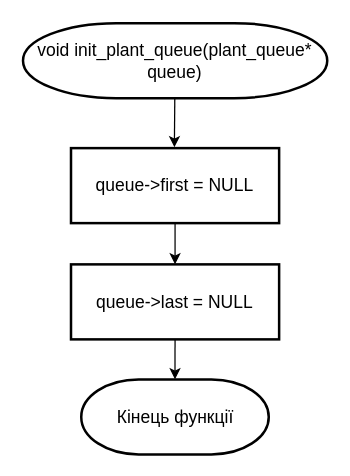
This is page "Страница 14" (1 of 16) of diagram/garden.drawio from Act1on04/CourseWork, a draw.io file, before an edit. Source tidied: cells renumbered, new cells numbered last; positions are measured from the earlier drawing's top-left corner, leaving out a move shared by most shapes. Both pictures are drawn from the tidied source at 125%, with x=0, y=0 at pixel (22, 22).
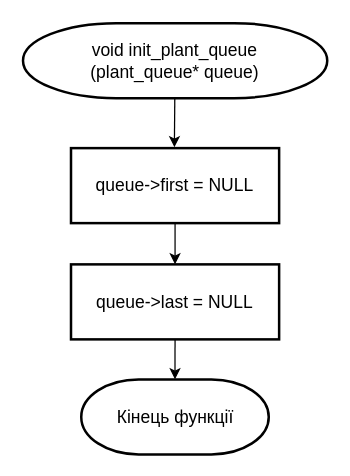
Above is the later version.

Diff of the diagram source:
```diff
@@
 <mxGraphModel>
   <root>
     <mxCell id="0" />
     <mxCell id="1" parent="0" />
     <mxCell id="2" style="edgeStyle=none;html=1;" parent="1" edge="1" source="3">
       <mxGeometry relative="1" as="geometry">
         <mxPoint x="121" y="99.3" as="targetPoint" />
       </mxGeometry>
     </mxCell>
-    <mxCell id="3" value="&lt;font style=&quot;font-size: 14px&quot;&gt;void init_plant_queue(plant_queue* queue)&lt;/font&gt;" style="strokeWidth=2;html=1;shape=mxgraph.flowchart.terminator;whiteSpace=wrap;" parent="1" vertex="1">
+    <mxCell id="3" value="&lt;font style=&quot;font-size: 14px&quot;&gt;void init_plant_queue&lt;br&gt;(plant_queue* queue)&lt;/font&gt;" style="strokeWidth=2;html=1;shape=mxgraph.flowchart.terminator;whiteSpace=wrap;" parent="1" vertex="1">
       <mxGeometry x="-0.1" width="243.4" height="60" as="geometry" />
     </mxCell>
     <mxCell id="4" style="edgeStyle=none;html=1;" parent="1" edge="1" source="5" target="6">
       <mxGeometry relative="1" as="geometry" />
     </mxCell>
     <mxCell id="5" value="&lt;div&gt;&lt;span style=&quot;font-size: 14px;&quot;&gt;queue-&amp;gt;last = NULL&lt;/span&gt;&lt;br&gt;&lt;/div&gt;" style="whiteSpace=wrap;html=1;strokeWidth=2;align=center;" parent="1" vertex="1">
       <mxGeometry x="38.3" y="193" width="166.5" height="60" as="geometry" />
     </mxCell>
     <mxCell id="6" value="&lt;font style=&quot;font-size: 14px&quot;&gt;Кінець функції&lt;/font&gt;" style="strokeWidth=2;html=1;shape=mxgraph.flowchart.terminator;whiteSpace=wrap;" parent="1" vertex="1">
       <mxGeometry x="46.5" y="285" width="150" height="60" as="geometry" />
     </mxCell>
     <mxCell id="7" style="edgeStyle=none;html=1;" parent="1" edge="1" source="8" target="5">
       <mxGeometry relative="1" as="geometry" />
     </mxCell>
     <mxCell id="8" value="&lt;div&gt;&lt;span style=&quot;font-size: 14px;&quot;&gt;queue-&amp;gt;first = NULL&lt;/span&gt;&lt;/div&gt;" style="whiteSpace=wrap;html=1;strokeWidth=2;align=center;" parent="1" vertex="1">
       <mxGeometry x="38.3" y="100" width="166.5" height="60" as="geometry" />
     </mxCell>
   </root>
 </mxGraphModel>
```
